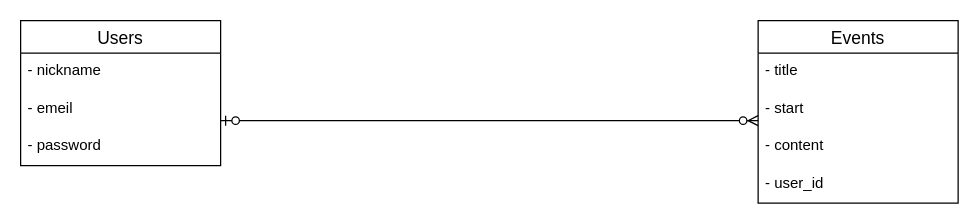
amino0422/simple-cal keeps this draw.io diagram as simple-cal.drawio. Above is the earlier version. Source tidied: cells renumbered, new cells numbered last; positions are measured from the earlier drawing's top-left corner, leaving out a move shared by most shapes. Both pictures are drawn from the tidied source at 125%, with x=0, y=0 at pixel (20, 20).
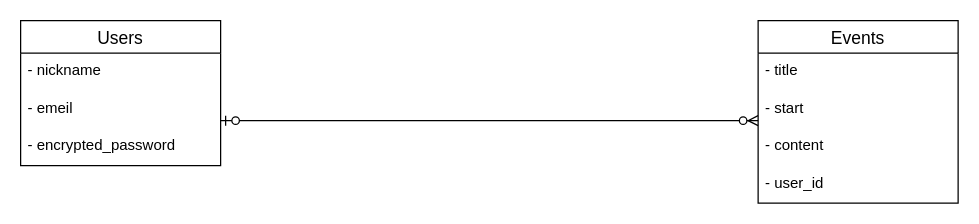
Above is the later version.

The edit, as a diff of the source:
```diff
@@
 <mxGraphModel>
   <root>
     <mxCell id="0" />
     <mxCell id="1" parent="0" />
     <mxCell id="2" value="Users" style="swimlane;fontStyle=0;horizontal=1;startSize=26;align=center;fontSize=14;" parent="1" vertex="1">
       <mxGeometry width="160" height="116" as="geometry" />
     </mxCell>
     <mxCell id="3" value="- nickname" style="text;strokeColor=none;fillColor=none;spacingLeft=4;spacingRight=4;overflow=hidden;fontSize=12;" parent="2" vertex="1">
       <mxGeometry y="26" width="160" height="30" as="geometry" />
     </mxCell>
     <mxCell id="4" value="- emeil" style="text;strokeColor=none;fillColor=none;spacingLeft=4;spacingRight=4;overflow=hidden;fontSize=12;" parent="2" vertex="1">
       <mxGeometry y="56" width="160" height="30" as="geometry" />
     </mxCell>
-    <mxCell id="5" value="- password" style="text;strokeColor=none;fillColor=none;spacingLeft=4;spacingRight=4;overflow=hidden;fontSize=12;" parent="2" vertex="1">
+    <mxCell id="5" value="- encrypted_password" style="text;strokeColor=none;fillColor=none;spacingLeft=4;spacingRight=4;overflow=hidden;fontSize=12;" parent="2" vertex="1">
       <mxGeometry y="86" width="160" height="30" as="geometry" />
     </mxCell>
     <mxCell id="6" value="Events" style="swimlane;fontStyle=0;horizontal=1;startSize=26;align=center;fontSize=14;" parent="1" vertex="1">
       <mxGeometry x="590" width="160" height="146" as="geometry" />
     </mxCell>
     <mxCell id="7" value="- title" style="text;strokeColor=none;fillColor=none;spacingLeft=4;spacingRight=4;overflow=hidden;fontSize=12;" parent="6" vertex="1">
       <mxGeometry y="26" width="160" height="30" as="geometry" />
     </mxCell>
     <mxCell id="8" value="- start" style="text;strokeColor=none;fillColor=none;spacingLeft=4;spacingRight=4;overflow=hidden;points=[[0,0.5],[1,0.5]];portConstraint=eastwest;fontSize=12;" parent="6" vertex="1">
       <mxGeometry y="56" width="160" height="30" as="geometry" />
     </mxCell>
     <mxCell id="9" value="- content" style="text;strokeColor=none;fillColor=none;spacingLeft=4;spacingRight=4;overflow=hidden;fontSize=12;" parent="6" vertex="1">
       <mxGeometry y="86" width="160" height="30" as="geometry" />
     </mxCell>
     <mxCell id="10" value="- user_id" style="text;strokeColor=none;fillColor=none;spacingLeft=4;spacingRight=4;overflow=hidden;fontSize=12;" parent="6" vertex="1">
       <mxGeometry y="116" width="160" height="30" as="geometry" />
     </mxCell>
     <mxCell id="11" style="edgeStyle=entityRelationEdgeStyle;fontSize=12;html=1;endArrow=ERzeroToMany;startArrow=ERzeroToOne;entryX=0;entryY=0.8;entryDx=0;entryDy=0;entryPerimeter=0;" parent="1" edge="1" target="8">
       <mxGeometry relative="1" as="geometry">
         <mxPoint x="160" y="80" as="sourcePoint" />
       </mxGeometry>
     </mxCell>
   </root>
 </mxGraphModel>
```
